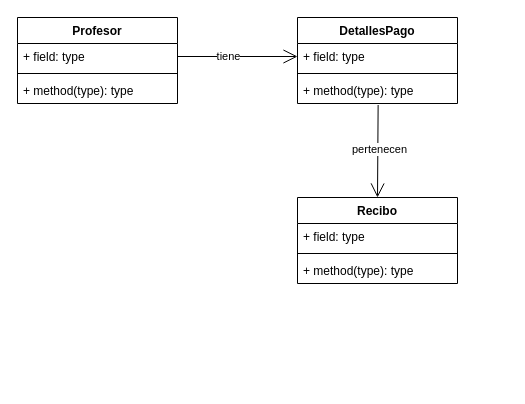
dachuacm/mininomina keeps this draw.io diagram as diagrama_profesor.drawio. Above is the earlier version. Source tidied: cells renumbered, new cells numbered last; positions are measured from the earlier drawing's top-left corner, leaving out a move shared by most shapes. Both pictures are drawn from the tidied source at 100%, with x=0, y=0 at pixel (17, 17).
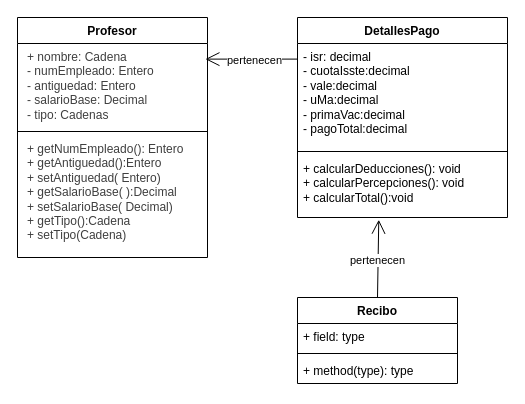
The same diagram, later.

Diff of the diagram source:
```diff
@@
 <mxGraphModel>
   <root>
     <mxCell id="0" />
     <mxCell id="1" parent="0" />
     <mxCell id="2" value="Profesor" style="swimlane;fontStyle=1;align=center;verticalAlign=top;horizontal=1;startSize=26;whiteSpace=wrap;html=1;" parent="1" vertex="1">
-      <mxGeometry width="160" height="86" as="geometry" />
+      <mxGeometry width="190" height="240" as="geometry" />
     </mxCell>
-    <mxCell id="3" value="+ field: type" style="text;strokeColor=none;fillColor=none;align=left;verticalAlign=top;spacingLeft=4;spacingRight=4;overflow=hidden;points=[[0,0.5],[1,0.5]];portConstraint=eastwest;whiteSpace=wrap;html=1;" parent="2" vertex="1">
-      <mxGeometry y="26" width="160" height="26" as="geometry" />
+    <mxCell id="3" value="&lt;p style=&quot;color: rgb(63, 63, 63); scrollbar-color: rgb(226, 226, 226) rgb(251, 251, 251); margin: 0px 0px 0px 4px;&quot;&gt;+ nombre: Cadena&lt;/p&gt;&lt;p style=&quot;color: rgb(63, 63, 63); scrollbar-color: rgb(226, 226, 226) rgb(251, 251, 251); margin: 0px 0px 0px 4px;&quot;&gt;- numEmpleado: Entero&lt;/p&gt;&lt;p style=&quot;color: rgb(63, 63, 63); scrollbar-color: rgb(226, 226, 226) rgb(251, 251, 251); margin: 0px 0px 0px 4px;&quot;&gt;- antiguedad: Entero&lt;/p&gt;&lt;p style=&quot;color: rgb(63, 63, 63); scrollbar-color: rgb(226, 226, 226) rgb(251, 251, 251); margin: 0px 0px 0px 4px;&quot;&gt;- salarioBase: Decimal&lt;/p&gt;&lt;p style=&quot;color: rgb(63, 63, 63); scrollbar-color: rgb(226, 226, 226) rgb(251, 251, 251); margin: 0px 0px 0px 4px;&quot;&gt;- tipo: Cadenas&lt;/p&gt;" style="text;strokeColor=none;fillColor=none;align=left;verticalAlign=top;spacingLeft=4;spacingRight=4;overflow=hidden;points=[[0,0.5],[1,0.5]];portConstraint=eastwest;whiteSpace=wrap;html=1;" parent="2" vertex="1">
+      <mxGeometry y="26" width="190" height="84" as="geometry" />
     </mxCell>
     <mxCell id="4" style="line;strokeWidth=1;fillColor=none;align=left;verticalAlign=middle;spacingTop=-1;spacingLeft=3;spacingRight=3;labelPosition=right;strokeColor=inherit;" parent="2" vertex="1">
-      <mxGeometry y="52" width="160" height="8" as="geometry" />
+      <mxGeometry y="110" width="190" height="8" as="geometry" />
     </mxCell>
-    <mxCell id="5" value="+ method(type): type" style="text;strokeColor=none;fillColor=none;align=left;verticalAlign=top;spacingLeft=4;spacingRight=4;overflow=hidden;whiteSpace=wrap;html=1;" parent="2" vertex="1">
-      <mxGeometry y="60" width="160" height="26" as="geometry" />
+    <mxCell id="5" value="&lt;p style=&quot;color: rgb(63, 63, 63); scrollbar-color: rgb(226, 226, 226) rgb(251, 251, 251); margin: 0px 0px 0px 4px;&quot;&gt;+ getNumEmpleado(): Entero&lt;/p&gt;&lt;p style=&quot;color: rgb(63, 63, 63); scrollbar-color: rgb(226, 226, 226) rgb(251, 251, 251); margin: 0px 0px 0px 4px;&quot;&gt;+ getAntiguedad():Entero&lt;/p&gt;&lt;p style=&quot;color: rgb(63, 63, 63); scrollbar-color: rgb(226, 226, 226) rgb(251, 251, 251); margin: 0px 0px 0px 4px;&quot;&gt;+ setAntiguedad( Entero)&lt;/p&gt;&lt;p style=&quot;color: rgb(63, 63, 63); scrollbar-color: rgb(226, 226, 226) rgb(251, 251, 251); margin: 0px 0px 0px 4px;&quot;&gt;+ getSalarioBase( ):Decimal&lt;/p&gt;&lt;p style=&quot;color: rgb(63, 63, 63); scrollbar-color: rgb(226, 226, 226) rgb(251, 251, 251); margin: 0px 0px 0px 4px;&quot;&gt;+ setSalarioBase( Decimal)&lt;/p&gt;&lt;p style=&quot;color: rgb(63, 63, 63); scrollbar-color: rgb(226, 226, 226) rgb(251, 251, 251); margin: 0px 0px 0px 4px;&quot;&gt;+ getTipo():Cadena&lt;/p&gt;&lt;p style=&quot;color: rgb(63, 63, 63); scrollbar-color: rgb(226, 226, 226) rgb(251, 251, 251); margin: 0px 0px 0px 4px;&quot;&gt;+ setTipo(Cadena)&lt;/p&gt;" style="text;strokeColor=none;fillColor=none;align=left;verticalAlign=top;spacingLeft=4;spacingRight=4;overflow=hidden;whiteSpace=wrap;html=1;" parent="2" vertex="1">
+      <mxGeometry y="118" width="190" height="122" as="geometry" />
     </mxCell>
     <mxCell id="6" value="DetallesPago" style="swimlane;fontStyle=1;align=center;verticalAlign=top;horizontal=1;startSize=26;whiteSpace=wrap;html=1;" parent="1" vertex="1">
-      <mxGeometry x="280" width="160" height="86" as="geometry" />
+      <mxGeometry x="280" width="210" height="200" as="geometry" />
     </mxCell>
-    <mxCell id="7" value="+ field: type" style="text;strokeColor=none;fillColor=none;align=left;verticalAlign=top;spacingLeft=4;spacingRight=4;overflow=hidden;points=[[0,0.5],[1,0.5]];portConstraint=eastwest;whiteSpace=wrap;html=1;" parent="6" vertex="1">
-      <mxGeometry y="26" width="160" height="26" as="geometry" />
+    <mxCell id="7" value="- isr: decimal&lt;div&gt;- cuotaIsste:decimal&lt;/div&gt;&lt;div&gt;- vale:decimal&lt;/div&gt;&lt;div&gt;- uMa:decimal&lt;/div&gt;&lt;div&gt;- primaVac:decimal&lt;/div&gt;&lt;div&gt;- pagoTotal:decimal&lt;/div&gt;" style="text;strokeColor=none;fillColor=none;align=left;verticalAlign=top;spacingLeft=4;spacingRight=4;overflow=hidden;points=[[0,0.5],[1,0.5]];portConstraint=eastwest;whiteSpace=wrap;html=1;" parent="6" vertex="1">
+      <mxGeometry y="26" width="210" height="104" as="geometry" />
     </mxCell>
     <mxCell id="8" style="line;strokeWidth=1;fillColor=none;align=left;verticalAlign=middle;spacingTop=-1;spacingLeft=3;spacingRight=3;labelPosition=right;strokeColor=inherit;" parent="6" vertex="1">
-      <mxGeometry y="52" width="160" height="8" as="geometry" />
+      <mxGeometry y="130" width="210" height="8" as="geometry" />
     </mxCell>
-    <mxCell id="9" value="+ method(type): type" style="text;strokeColor=none;fillColor=none;align=left;verticalAlign=top;spacingLeft=4;spacingRight=4;overflow=hidden;points=[[0,0.5],[1,0.5]];portConstraint=eastwest;whiteSpace=wrap;html=1;" parent="6" vertex="1">
-      <mxGeometry y="60" width="160" height="26" as="geometry" />
+    <mxCell id="9" value="+ calcularDeducciones(): void&lt;div&gt;+ calcularPercepciones(): void&lt;/div&gt;&lt;div&gt;+ calcularTotal():void&lt;/div&gt;&lt;div&gt;&lt;br&gt;&lt;/div&gt;" style="text;strokeColor=none;fillColor=none;align=left;verticalAlign=top;spacingLeft=4;spacingRight=4;overflow=hidden;points=[[0,0.5],[1,0.5]];portConstraint=eastwest;whiteSpace=wrap;html=1;" parent="6" vertex="1">
+      <mxGeometry y="138" width="210" height="62" as="geometry" />
     </mxCell>
     <mxCell id="10" value="Recibo" style="swimlane;fontStyle=1;align=center;verticalAlign=top;horizontal=1;startSize=26;whiteSpace=wrap;html=1;" parent="1" vertex="1">
-      <mxGeometry x="280" y="180" width="160" height="86" as="geometry" />
+      <mxGeometry x="280" y="280" width="160" height="86" as="geometry" />
     </mxCell>
     <mxCell id="11" value="+ field: type" style="text;strokeColor=none;fillColor=none;align=left;verticalAlign=top;spacingLeft=4;spacingRight=4;overflow=hidden;whiteSpace=wrap;html=1;" parent="10" vertex="1">
       <mxGeometry y="26" width="160" height="26" as="geometry" />
     </mxCell>
     <mxCell id="12" style="line;strokeWidth=1;fillColor=none;align=left;verticalAlign=middle;spacingTop=-1;spacingLeft=3;spacingRight=3;labelPosition=right;strokeColor=inherit;" parent="10" vertex="1">
       <mxGeometry y="52" width="160" height="8" as="geometry" />
     </mxCell>
     <mxCell id="13" value="+ method(type): type" style="text;strokeColor=none;fillColor=none;align=left;verticalAlign=top;spacingLeft=4;spacingRight=4;overflow=hidden;whiteSpace=wrap;html=1;" parent="10" vertex="1">
       <mxGeometry y="60" width="160" height="26" as="geometry" />
     </mxCell>
-    <mxCell id="14" style="endArrow=open;endFill=1;endSize=12;html=1;exitX=1;exitY=0.5;exitDx=0;exitDy=0;entryX=0;entryY=0.5;entryDx=0;entryDy=0;" parent="1" edge="1" source="3" target="7">
-      <mxGeometry relative="1" as="geometry" />
-    </mxCell>
-    <mxCell id="15" value="tiene" style="edgeLabel;html=1;align=center;verticalAlign=middle;" parent="14" vertex="1">
-      <mxGeometry x="-0.17" y="1" relative="1" as="geometry" />
-    </mxCell>
-    <mxCell id="16" style="endArrow=open;endFill=1;endSize=12;html=1;exitX=0.504;exitY=1.058;exitDx=0;exitDy=0;exitPerimeter=0;entryX=0.5;entryY=0;entryDx=0;entryDy=0;" parent="1" edge="1" source="9" target="10">
-      <mxGeometry relative="1" as="geometry" />
-    </mxCell>
-    <mxCell id="17" value="pertenecen" style="edgeLabel;html=1;align=center;verticalAlign=middle;" parent="16" vertex="1">
-      <mxGeometry x="-0.05" y="1" relative="1" as="geometry" />
-    </mxCell>
+    <mxCell id="18" style="endArrow=open;endFill=1;endSize=12;html=1;exitX=0;exitY=0.15;exitDx=0;exitDy=0;exitPerimeter=0;entryX=0.989;entryY=0.186;entryDx=0;entryDy=0;entryPerimeter=0;" parent="1" edge="1" source="7" target="3">
+      <mxGeometry relative="1" as="geometry" />
+    </mxCell>
+    <mxCell id="19" value="pertenecen" style="edgeLabel;html=1;align=center;verticalAlign=middle;" parent="18" vertex="1">
+      <mxGeometry x="-0.05" y="1" relative="1" as="geometry" />
+    </mxCell>
+    <mxCell id="20" style="endArrow=open;endFill=1;endSize=12;html=1;exitX=0.5;exitY=0;exitDx=0;exitDy=0;entryX=0.387;entryY=1.036;entryDx=0;entryDy=0;entryPerimeter=0;" parent="1" edge="1" source="10" target="9">
+      <mxGeometry relative="1" as="geometry" />
+    </mxCell>
+    <mxCell id="21" value="pertenecen" style="edgeLabel;html=1;align=center;verticalAlign=middle;" parent="20" vertex="1">
+      <mxGeometry x="-0.05" y="1" relative="1" as="geometry" />
+    </mxCell>
   </root>
 </mxGraphModel>
```
